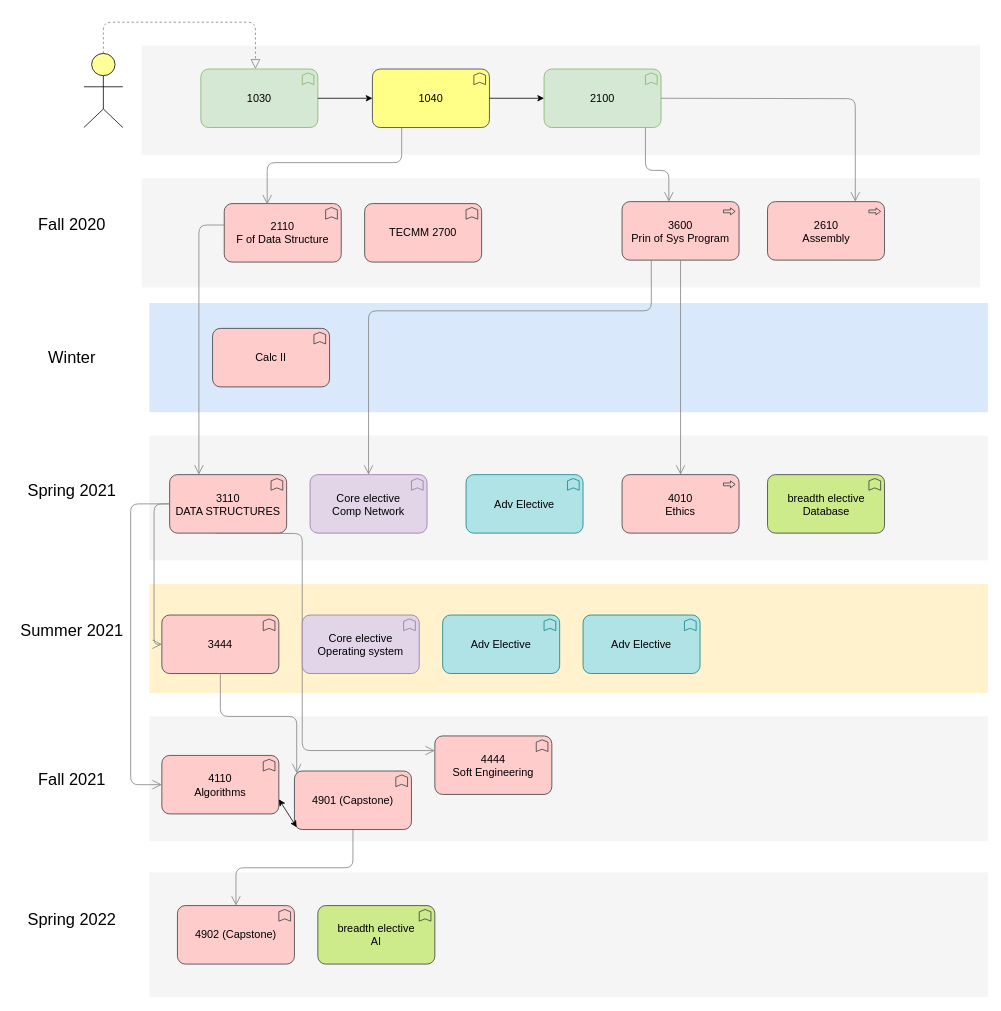
Bishnutimalsina/CS_ keeps this draw.io diagram as Untitled Diagram.drawio. Above is the earlier version. Source tidied: cells renumbered, new cells numbered last; positions are measured from the earlier drawing's top-left corner, leaving out a move shared by most shapes. Both pictures are drawn from the tidied source at 78%, with x=0, y=0 at pixel (13, 22).
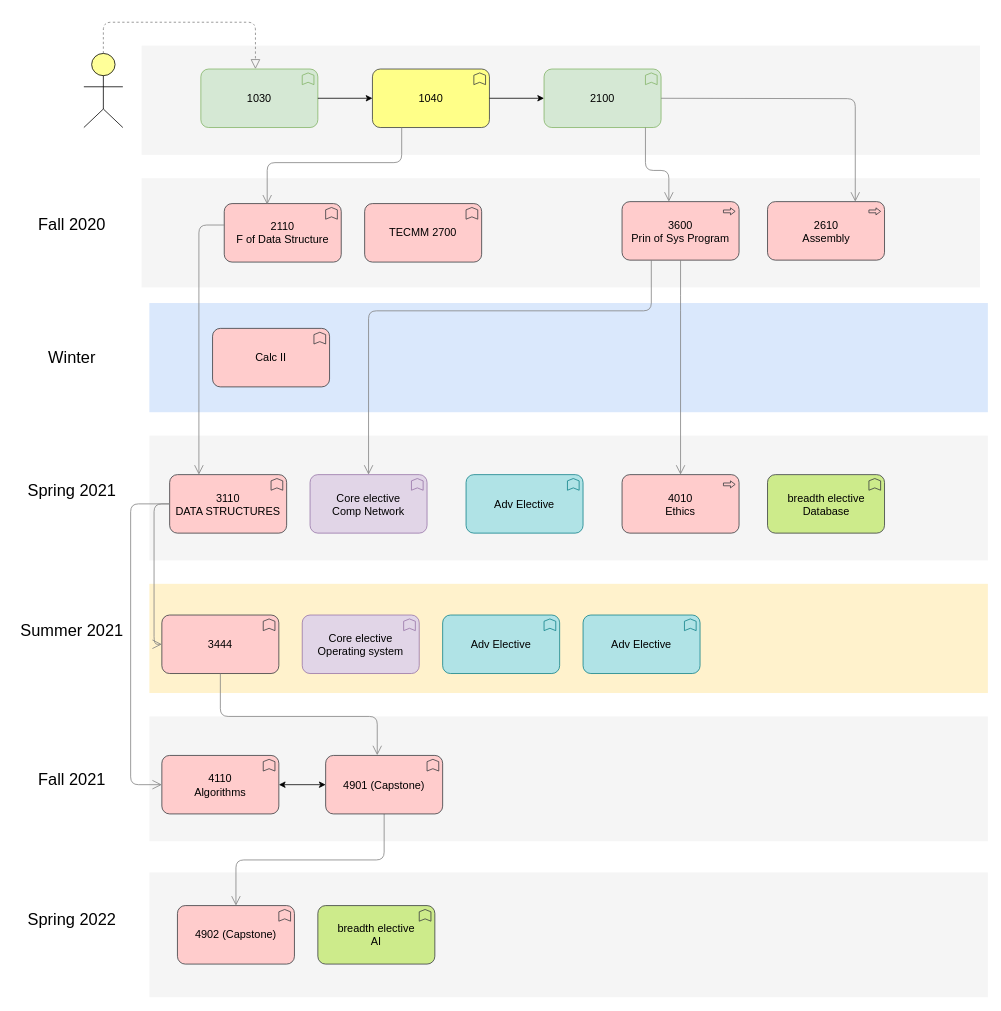
The same diagram, later.

The change refers to these unchanged cells:
```xml
<mxCell id="19" value="3110&lt;br&gt;DATA STRUCTURES" style="html=1;whiteSpace=wrap;fillColor=#ffcccc;shape=mxgraph.archimate3.application;appType=func;archiType=rounded;fontSize=14;strokeColor=#36393d;" parent="1" vertex="1">
  <mxGeometry x="200" y="580" width="150" height="75" as="geometry" />
</mxCell>
<mxCell id="22" value="3444" style="html=1;whiteSpace=wrap;fillColor=#ffcccc;shape=mxgraph.archimate3.application;appType=func;archiType=rounded;fontSize=14;strokeColor=#36393d;" parent="1" vertex="1">
  <mxGeometry x="190" y="760" width="150" height="75" as="geometry" />
</mxCell>
<mxCell id="39" value="4110&lt;br&gt;Algorithms" style="html=1;whiteSpace=wrap;fillColor=#ffcccc;shape=mxgraph.archimate3.application;appType=func;archiType=rounded;fontSize=14;strokeColor=#36393d;" parent="1" vertex="1">
  <mxGeometry x="190" y="940" width="150" height="75" as="geometry" />
</mxCell>
```

The edit, as a diff of the source:
```diff
@@
-    <mxCell id="41" value="4444&lt;br&gt;Soft Engineering" style="html=1;whiteSpace=wrap;fillColor=#ffcccc;shape=mxgraph.archimate3.application;appType=func;archiType=rounded;fontSize=14;strokeColor=#36393d;" parent="1" vertex="1">
-      <mxGeometry x="540" y="915" width="150" height="75" as="geometry" />
-    </mxCell>
-    <mxCell id="42" style="edgeStyle=elbowEdgeStyle;rounded=1;elbow=horizontal;html=1;startSize=10;endArrow=open;endFill=0;endSize=10;jettySize=auto;strokeColor=#808080;fontSize=14;exitX=0.392;exitY=1.006;exitDx=0;exitDy=0;exitPerimeter=0;entryX=0;entryY=0.25;entryDx=0;entryDy=0;entryPerimeter=0;" parent="1" edge="1" source="19" target="41">
-      <mxGeometry relative="1" as="geometry">
-        <Array as="points">
-          <mxPoint x="370" y="790" />
-        </Array>
-      </mxGeometry>
-    </mxCell>
@@
     <mxCell id="48" value="4901 (Capstone)" style="html=1;whiteSpace=wrap;fillColor=#ffcccc;shape=mxgraph.archimate3.application;appType=func;archiType=rounded;fontSize=14;strokeColor=#36393d;" parent="1" vertex="1">
-      <mxGeometry x="360" y="960" width="150" height="75" as="geometry" />
+      <mxGeometry x="400" y="940" width="150" height="75" as="geometry" />
     </mxCell>
-    <mxCell id="49" style="edgeStyle=elbowEdgeStyle;rounded=1;elbow=vertical;html=1;startSize=10;endArrow=open;endFill=0;endSize=10;jettySize=auto;strokeColor=#808080;fontSize=14;entryX=0;entryY=0;entryDx=2.9;entryDy=2.9;entryPerimeter=0;exitX=0.5;exitY=1;exitDx=0;exitDy=0;exitPerimeter=0;" parent="1" edge="1" source="22" target="48">
+    <mxCell id="49" style="edgeStyle=elbowEdgeStyle;rounded=1;elbow=vertical;html=1;startSize=10;endArrow=open;endFill=0;endSize=10;jettySize=auto;strokeColor=#808080;fontSize=14;entryX=0.441;entryY=-0.004;entryDx=0;entryDy=0;entryPerimeter=0;exitX=0.5;exitY=1;exitDx=0;exitDy=0;exitPerimeter=0;" parent="1" edge="1" source="22" target="48">
       <mxGeometry relative="1" as="geometry">
         <Array as="points">
           <mxPoint x="310" y="890" />
         </Array>
       </mxGeometry>
     </mxCell>
-    <mxCell id="50" style="endArrow=classic;startArrow=classic;html=1;exitX=1;exitY=0.75;exitDx=0;exitDy=0;exitPerimeter=0;entryX=0;entryY=1;entryDx=2.9;entryDy=-2.9;entryPerimeter=0;" parent="1" edge="1" source="39" target="48">
+    <mxCell id="50" style="endArrow=classic;startArrow=classic;html=1;exitX=1;exitY=0.5;exitDx=0;exitDy=0;exitPerimeter=0;entryX=0;entryY=0.5;entryDx=0;entryDy=0;entryPerimeter=0;" parent="1" edge="1" source="39" target="48">
       <mxGeometry relative="1" as="geometry" />
     </mxCell>
```
